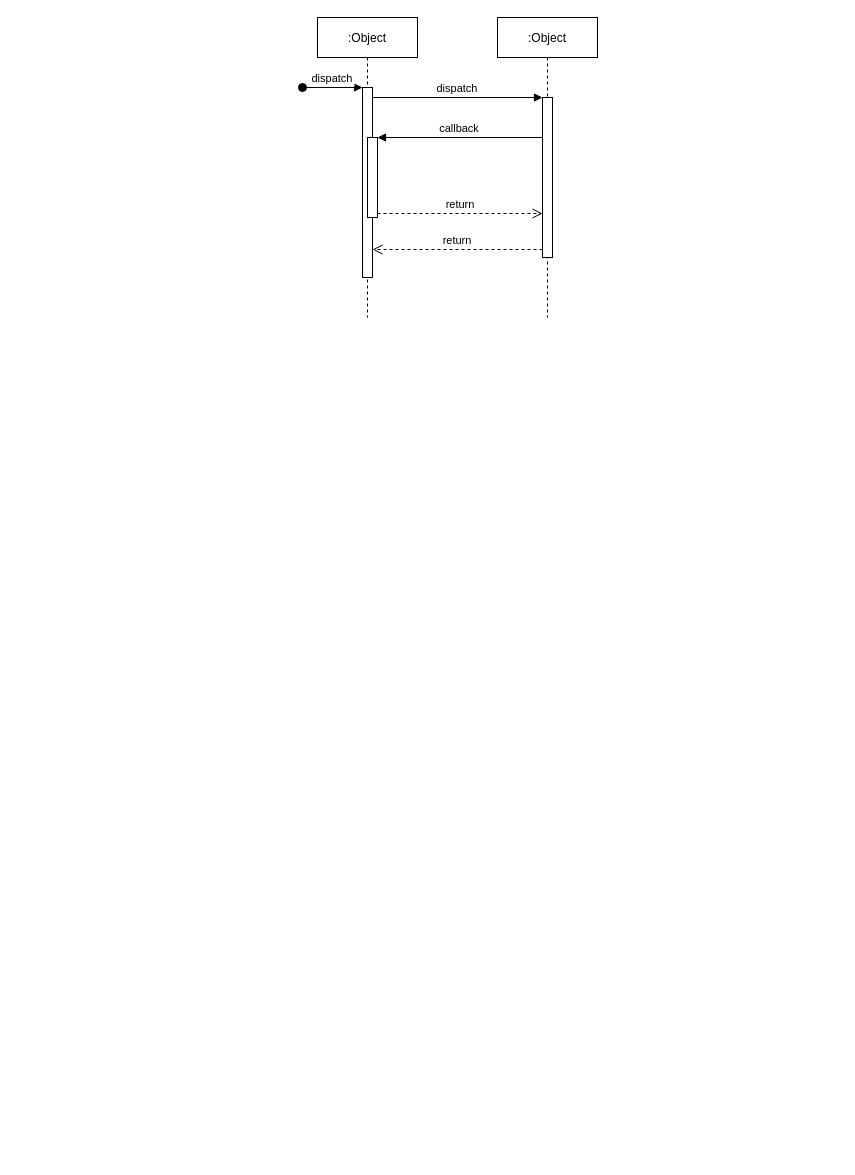
The draw.io diagram Untitled Diagram.drawio in wlong610/drawio, before the edit. Source tidied: cells renumbered, new cells numbered last; positions are measured from the earlier drawing's top-left corner, leaving out a move shared by most shapes. Both pictures are drawn from the tidied source at 100%, with x=0, y=0 at pixel (302, 17).
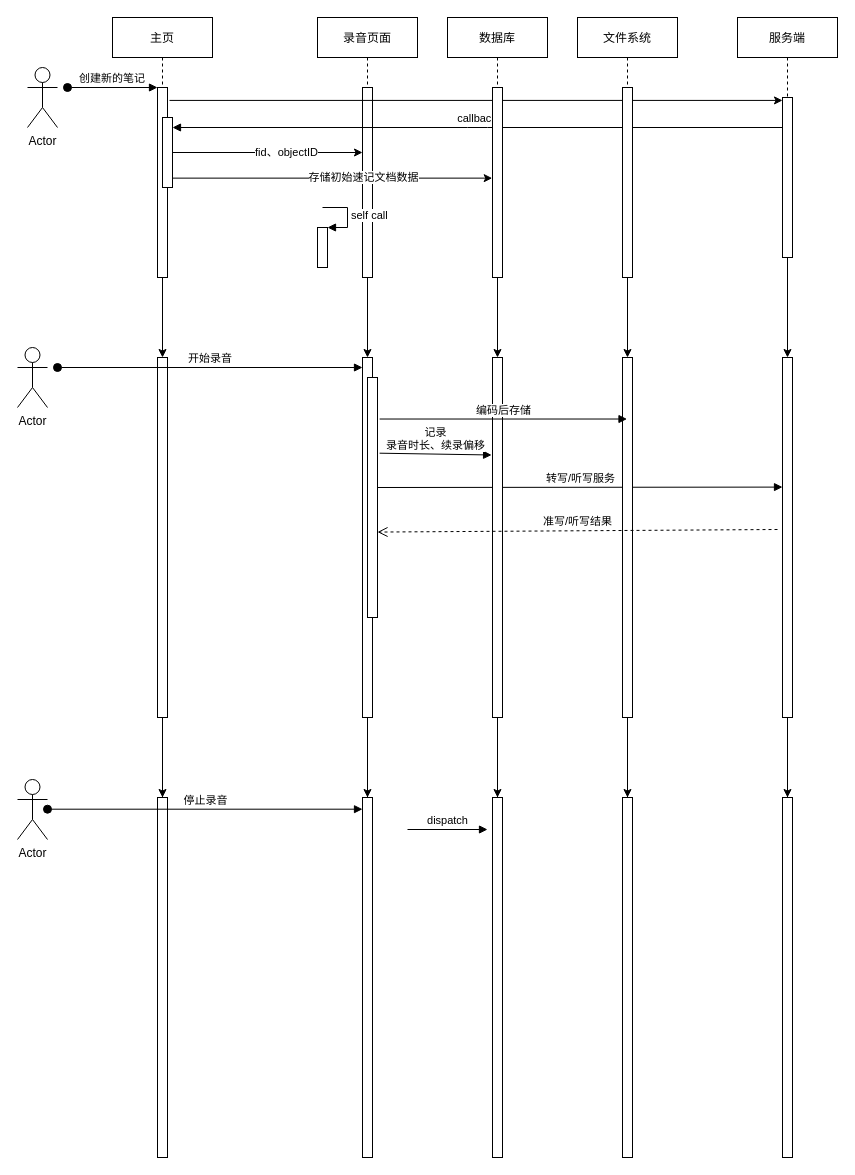
The same page after the edit.

The change refers to these unchanged cells:
```xml
<mxCell id="3" style="points=[];perimeter=orthogonalPerimeter;rounded=0;shadow=0;strokeWidth=1;" parent="2" vertex="1">
  <mxGeometry x="45" y="70" width="10" height="190" as="geometry" />
</mxCell>
<mxCell id="7" style="points=[];perimeter=orthogonalPerimeter;rounded=0;shadow=0;strokeWidth=1;" parent="6" vertex="1">
  <mxGeometry x="45" y="80" width="10" height="160" as="geometry" />
</mxCell>
```

What changed in the source:
```diff
@@
-    <mxCell id="2" value=":Object" style="shape=umlLifeline;perimeter=lifelinePerimeter;rounded=0;shadow=0;strokeWidth=1;" parent="1" vertex="1">
-      <mxGeometry x="15" width="100" height="300" as="geometry" />
+    <mxCell id="2" value="录音页面" style="shape=umlLifeline;perimeter=lifelinePerimeter;rounded=0;shadow=0;strokeWidth=1;" parent="1" vertex="1">
+      <mxGeometry x="15" width="100" height="890" as="geometry" />
     </mxCell>
+    <mxCell id="12" style="edgeStyle=orthogonalEdgeStyle;rounded=0;jettySize=auto;html=1;" parent="2" edge="1" source="3" target="14">
+      <mxGeometry relative="1" as="geometry" />
+    </mxCell>
@@
-    <mxCell id="4" value="dispatch" style="verticalAlign=bottom;startArrow=oval;endArrow=block;startSize=8;shadow=0;strokeWidth=1;" parent="2" edge="1" target="3">
-      <mxGeometry relative="1" as="geometry">
-        <mxPoint x="-15" y="70" as="sourcePoint" />
-      </mxGeometry>
-    </mxCell>
-    <mxCell id="5" style="points=[];perimeter=orthogonalPerimeter;rounded=0;shadow=0;strokeWidth=1;" parent="2" vertex="1">
-      <mxGeometry x="50" y="120" width="10" height="80" as="geometry" />
-    </mxCell>
+    <mxCell id="13" style="edgeStyle=orthogonalEdgeStyle;rounded=0;jettySize=auto;html=1;" parent="2" edge="1" source="14" target="17">
+      <mxGeometry relative="1" as="geometry" />
+    </mxCell>
+    <mxCell id="14" style="points=[];perimeter=orthogonalPerimeter;rounded=0;shadow=0;strokeWidth=1;" parent="2" vertex="1">
+      <mxGeometry x="45" y="340" width="10" height="360" as="geometry" />
+    </mxCell>
+    <mxCell id="15" style="points=[];perimeter=orthogonalPerimeter;rounded=0;shadow=0;strokeWidth=1;" parent="2" vertex="1">
+      <mxGeometry x="50" y="360" width="10" height="240" as="geometry" />
+    </mxCell>
+    <mxCell id="16" value="转写/听写服务" style="html=1;verticalAlign=bottom;endArrow=block;entryX=0;entryY=0.36;entryDx=0;entryDy=0;entryPerimeter=0;" parent="2" edge="1" target="20">
+      <mxGeometry relative="1" as="geometry">
+        <mxPoint x="60" y="470" as="sourcePoint" />
+      </mxGeometry>
+    </mxCell>
+    <mxCell id="17" style="points=[];perimeter=orthogonalPerimeter;rounded=0;shadow=0;strokeWidth=1;" parent="2" vertex="1">
+      <mxGeometry x="45" y="780" width="10" height="360" as="geometry" />
+    </mxCell>
-    <mxCell id="6" value=":Object" style="shape=umlLifeline;perimeter=lifelinePerimeter;rounded=0;shadow=0;strokeWidth=1;" parent="1" vertex="1">
-      <mxGeometry x="195" width="100" height="300" as="geometry" />
+    <mxCell id="6" value="服务端" style="shape=umlLifeline;perimeter=lifelinePerimeter;rounded=0;shadow=0;strokeWidth=1;" parent="1" vertex="1">
+      <mxGeometry x="435" width="100" height="890" as="geometry" />
     </mxCell>
+    <mxCell id="18" style="edgeStyle=orthogonalEdgeStyle;rounded=0;jettySize=auto;html=1;" parent="6" edge="1" source="7" target="20">
+      <mxGeometry relative="1" as="geometry" />
+    </mxCell>
@@
-    <mxCell id="8" value="return" style="verticalAlign=bottom;endArrow=open;dashed=1;endSize=8;exitX=0;exitY=0.95;shadow=0;strokeWidth=1;" parent="1" edge="1" source="7" target="3">
-      <mxGeometry relative="1" as="geometry" />
-    </mxCell>
-    <mxCell id="9" value="dispatch" style="verticalAlign=bottom;endArrow=block;entryX=0;entryY=0;shadow=0;strokeWidth=1;" parent="1" edge="1" source="3" target="7">
-      <mxGeometry relative="1" as="geometry" />
-    </mxCell>
+    <mxCell id="19" style="edgeStyle=orthogonalEdgeStyle;rounded=0;jettySize=auto;html=1;" parent="6" edge="1" source="20" target="21">
+      <mxGeometry relative="1" as="geometry" />
+    </mxCell>
+    <mxCell id="20" style="points=[];perimeter=orthogonalPerimeter;rounded=0;shadow=0;strokeWidth=1;" parent="6" vertex="1">
+      <mxGeometry x="45" y="340" width="10" height="360" as="geometry" />
+    </mxCell>
+    <mxCell id="21" style="points=[];perimeter=orthogonalPerimeter;rounded=0;shadow=0;strokeWidth=1;" parent="6" vertex="1">
+      <mxGeometry x="45" y="780" width="10" height="360" as="geometry" />
+    </mxCell>
-    <mxCell id="10" value="callback" style="verticalAlign=bottom;endArrow=block;entryX=1;entryY=0;shadow=0;strokeWidth=1;" parent="1" edge="1" source="7" target="5">
-      <mxGeometry relative="1" as="geometry" />
+    <mxCell id="10" value="callback" style="verticalAlign=bottom;endArrow=block;shadow=0;strokeWidth=1;" parent="1" edge="1" source="7" target="30">
+      <mxGeometry relative="1" as="geometry">
+        <Array as="points">
+          <mxPoint x="175" y="110" />
+        </Array>
+      </mxGeometry>
     </mxCell>
-    <mxCell id="11" value="return" style="verticalAlign=bottom;endArrow=open;dashed=1;endSize=8;exitX=1;exitY=0.95;shadow=0;strokeWidth=1;" parent="1" edge="1" source="5" target="7">
-      <mxGeometry relative="1" as="geometry" />
-    </mxCell>
+    <mxCell id="22" value="主页" style="shape=umlLifeline;perimeter=lifelinePerimeter;rounded=0;shadow=0;strokeWidth=1;" parent="1" vertex="1">
+      <mxGeometry x="-190" width="100" height="900" as="geometry" />
+    </mxCell>
+    <mxCell id="23" style="edgeStyle=orthogonalEdgeStyle;rounded=0;jettySize=auto;html=1;" parent="22" edge="1" source="24" target="27">
+      <mxGeometry relative="1" as="geometry" />
+    </mxCell>
+    <mxCell id="24" style="points=[];perimeter=orthogonalPerimeter;rounded=0;shadow=0;strokeWidth=1;" parent="22" vertex="1">
+      <mxGeometry x="45" y="70" width="10" height="190" as="geometry" />
+    </mxCell>
+    <mxCell id="25" value="创建新的笔记" style="verticalAlign=bottom;startArrow=oval;endArrow=block;startSize=8;shadow=0;strokeWidth=1;" parent="22" edge="1" target="24">
+      <mxGeometry relative="1" as="geometry">
+        <mxPoint x="-45" y="70" as="sourcePoint" />
+      </mxGeometry>
+    </mxCell>
+    <mxCell id="26" style="edgeStyle=orthogonalEdgeStyle;rounded=0;jettySize=auto;html=1;" parent="22" edge="1" source="27" target="28">
+      <mxGeometry relative="1" as="geometry" />
+    </mxCell>
+    <mxCell id="27" style="points=[];perimeter=orthogonalPerimeter;rounded=0;shadow=0;strokeWidth=1;" parent="22" vertex="1">
+      <mxGeometry x="45" y="340" width="10" height="360" as="geometry" />
+    </mxCell>
+    <mxCell id="28" style="points=[];perimeter=orthogonalPerimeter;rounded=0;shadow=0;strokeWidth=1;" parent="22" vertex="1">
+      <mxGeometry x="45" y="780" width="10" height="360" as="geometry" />
+    </mxCell>
+    <mxCell id="29" style="endArrow=classic;html=1;exitX=1.2;exitY=0.068;exitDx=0;exitDy=0;exitPerimeter=0;" parent="1" edge="1" source="24" target="7">
+      <mxGeometry relative="1" as="geometry" />
+    </mxCell>
+    <mxCell id="30" style="points=[];perimeter=orthogonalPerimeter;rounded=0;shadow=0;strokeWidth=1;" parent="1" vertex="1">
+      <mxGeometry x="-140" y="100" width="10" height="70" as="geometry" />
+    </mxCell>
+    <mxCell id="31" style="endArrow=classic;html=1;" parent="1" edge="1">
+      <mxGeometry relative="1" as="geometry">
+        <mxPoint x="-130" y="135" as="sourcePoint" />
+        <mxPoint x="60" y="135" as="targetPoint" />
+      </mxGeometry>
+    </mxCell>
+    <mxCell id="32" value="fid、objectID" style="edgeLabel;html=1;align=center;verticalAlign=middle;" parent="31" vertex="1">
+      <mxGeometry x="0.19" y="1" relative="1" as="geometry" />
+    </mxCell>
+    <mxCell id="33" value="文件系统" style="shape=umlLifeline;perimeter=lifelinePerimeter;rounded=0;shadow=0;strokeWidth=1;" parent="1" vertex="1">
+      <mxGeometry x="275" width="100" height="890" as="geometry" />
+    </mxCell>
+    <mxCell id="34" style="edgeStyle=orthogonalEdgeStyle;rounded=0;jettySize=auto;html=1;" parent="33" edge="1" source="35" target="37">
+      <mxGeometry relative="1" as="geometry" />
+    </mxCell>
+    <mxCell id="35" style="points=[];perimeter=orthogonalPerimeter;rounded=0;shadow=0;strokeWidth=1;" parent="33" vertex="1">
+      <mxGeometry x="45" y="70" width="10" height="190" as="geometry" />
+    </mxCell>
+    <mxCell id="36" style="edgeStyle=orthogonalEdgeStyle;rounded=0;jettySize=auto;html=1;" parent="33" edge="1" source="37" target="38">
+      <mxGeometry relative="1" as="geometry" />
+    </mxCell>
+    <mxCell id="37" style="points=[];perimeter=orthogonalPerimeter;rounded=0;shadow=0;strokeWidth=1;" parent="33" vertex="1">
+      <mxGeometry x="45" y="340" width="10" height="360" as="geometry" />
+    </mxCell>
+    <mxCell id="38" style="points=[];perimeter=orthogonalPerimeter;rounded=0;shadow=0;strokeWidth=1;" parent="33" vertex="1">
+      <mxGeometry x="45" y="780" width="10" height="360" as="geometry" />
+    </mxCell>
+    <mxCell id="39" value="数据库" style="shape=umlLifeline;perimeter=lifelinePerimeter;rounded=0;shadow=0;strokeWidth=1;" parent="1" vertex="1">
+      <mxGeometry x="145" width="100" height="890" as="geometry" />
+    </mxCell>
+    <mxCell id="40" style="edgeStyle=orthogonalEdgeStyle;rounded=0;jettySize=auto;html=1;" parent="39" edge="1" source="41" target="43">
+      <mxGeometry relative="1" as="geometry" />
+    </mxCell>
+    <mxCell id="41" style="points=[];perimeter=orthogonalPerimeter;rounded=0;shadow=0;strokeWidth=1;" parent="39" vertex="1">
+      <mxGeometry x="45" y="70" width="10" height="190" as="geometry" />
+    </mxCell>
+    <mxCell id="42" style="edgeStyle=orthogonalEdgeStyle;rounded=0;jettySize=auto;html=1;" parent="39" edge="1" source="43" target="44">
+      <mxGeometry relative="1" as="geometry" />
+    </mxCell>
+    <mxCell id="43" style="points=[];perimeter=orthogonalPerimeter;rounded=0;shadow=0;strokeWidth=1;" parent="39" vertex="1">
+      <mxGeometry x="45" y="340" width="10" height="360" as="geometry" />
+    </mxCell>
+    <mxCell id="44" style="points=[];perimeter=orthogonalPerimeter;rounded=0;shadow=0;strokeWidth=1;" parent="39" vertex="1">
+      <mxGeometry x="45" y="780" width="10" height="360" as="geometry" />
+    </mxCell>
+    <mxCell id="45" style="endArrow=classic;html=1;entryX=-0.029;entryY=0.477;entryDx=0;entryDy=0;entryPerimeter=0;" parent="1" edge="1" source="30" target="41">
+      <mxGeometry relative="1" as="geometry" />
+    </mxCell>
+    <mxCell id="46" value="存储初始速记文档数据" style="edgeLabel;html=1;align=center;verticalAlign=middle;" parent="45" vertex="1">
+      <mxGeometry x="0.19" y="1" relative="1" as="geometry" />
+    </mxCell>
+    <mxCell id="47" value="开始录音" style="verticalAlign=bottom;startArrow=oval;endArrow=block;startSize=8;shadow=0;strokeWidth=1;" parent="1" edge="1" target="14">
+      <mxGeometry relative="1" as="geometry">
+        <mxPoint x="-245" y="350" as="sourcePoint" />
+      </mxGeometry>
+    </mxCell>
+    <mxCell id="48" value="Actor" style="shape=umlActor;verticalLabelPosition=bottom;verticalAlign=top;html=1;" parent="1" vertex="1">
+      <mxGeometry x="-275" y="50" width="30" height="60" as="geometry" />
+    </mxCell>
+    <mxCell id="49" value="Actor" style="shape=umlActor;verticalLabelPosition=bottom;verticalAlign=top;html=1;" parent="1" vertex="1">
+      <mxGeometry x="-285" y="330" width="30" height="60" as="geometry" />
+    </mxCell>
+    <mxCell id="50" style="html=1;points=[];perimeter=orthogonalPerimeter;" parent="1" vertex="1">
+      <mxGeometry x="15" y="210" width="10" height="40" as="geometry" />
+    </mxCell>
+    <mxCell id="51" value="self call" style="edgeStyle=orthogonalEdgeStyle;html=1;align=left;spacingLeft=2;endArrow=block;rounded=0;entryX=1;entryY=0;" parent="1" edge="1" target="50">
+      <mxGeometry relative="1" as="geometry">
+        <mxPoint x="20" y="190" as="sourcePoint" />
+        <Array as="points">
+          <mxPoint x="45" y="190" />
+        </Array>
+      </mxGeometry>
+    </mxCell>
+    <mxCell id="52" value="编码后存储" style="html=1;verticalAlign=bottom;endArrow=block;exitX=1.214;exitY=0.173;exitDx=0;exitDy=0;exitPerimeter=0;" parent="1" edge="1" source="15" target="33">
+      <mxGeometry relative="1" as="geometry" />
+    </mxCell>
+    <mxCell id="53" style="perimeter=orthogonalPerimeter;rounded=0;shadow=0;strokeWidth=1;" parent="1" vertex="1">
+      <mxGeometry x="-140" y="100" width="10" height="70" as="geometry" />
+    </mxCell>
+    <mxCell id="54" value="&lt;font style=&quot;font-size: 11px&quot;&gt;记录&lt;br&gt;录音时长、续录偏移&lt;/font&gt;" style="html=1;verticalAlign=bottom;endArrow=block;exitX=1.214;exitY=0.406;exitDx=0;exitDy=0;exitPerimeter=0;entryX=-0.086;entryY=0.371;entryDx=0;entryDy=0;entryPerimeter=0;" parent="1" edge="1">
+      <mxGeometry relative="1" as="geometry">
+        <mxPoint x="77.1" y="435.7" as="sourcePoint" />
+        <mxPoint x="189.1" y="437.5" as="targetPoint" />
+      </mxGeometry>
+    </mxCell>
+    <mxCell id="55" value="dispatch" style="html=1;verticalAlign=bottom;endArrow=block;" parent="1" edge="1">
+      <mxGeometry relative="1" as="geometry">
+        <mxPoint x="105" y="812" as="sourcePoint" />
+        <mxPoint x="185" y="812" as="targetPoint" />
+      </mxGeometry>
+    </mxCell>
+    <mxCell id="56" value="Actor" style="shape=umlActor;verticalLabelPosition=bottom;verticalAlign=top;html=1;" parent="1" vertex="1">
+      <mxGeometry x="-285" y="762" width="30" height="60" as="geometry" />
+    </mxCell>
+    <mxCell id="57" value="准写/听写结果" style="html=1;verticalAlign=bottom;endArrow=open;dashed=1;endSize=8;entryX=1;entryY=0.644;entryDx=0;entryDy=0;entryPerimeter=0;" parent="1" edge="1" target="15">
+      <mxGeometry relative="1" as="geometry">
+        <mxPoint x="475" y="512" as="sourcePoint" />
+      </mxGeometry>
+    </mxCell>
+    <mxCell id="58" value="停止录音" style="html=1;verticalAlign=bottom;startArrow=oval;startFill=1;endArrow=block;startSize=8;" parent="1" edge="1" target="17">
+      <mxGeometry relative="1" as="geometry">
+        <mxPoint x="-255" y="791.7" as="sourcePoint" />
+      </mxGeometry>
+    </mxCell>
```
